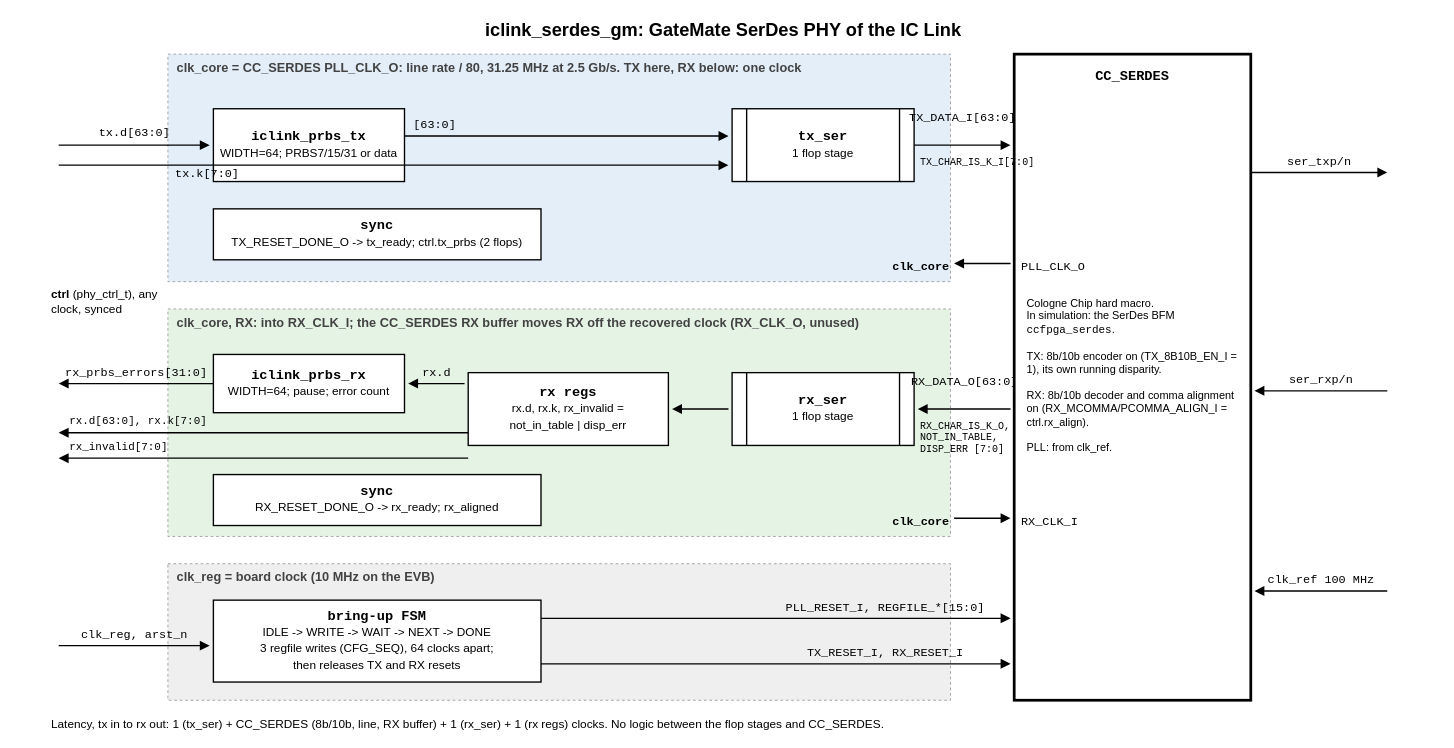
Earlier version of the draw.io diagram 7.SerDes/0.doc/iclink-phy-rtl.drawio (chili-chips-ba/openCologne). Source tidied: cells renumbered, new cells numbered last; positions are measured from the earlier drawing's top-left corner, leaving out a move shared by most shapes. Both pictures are drawn from the tidied source at 91%, with x=0, y=0 at pixel (15, 15).
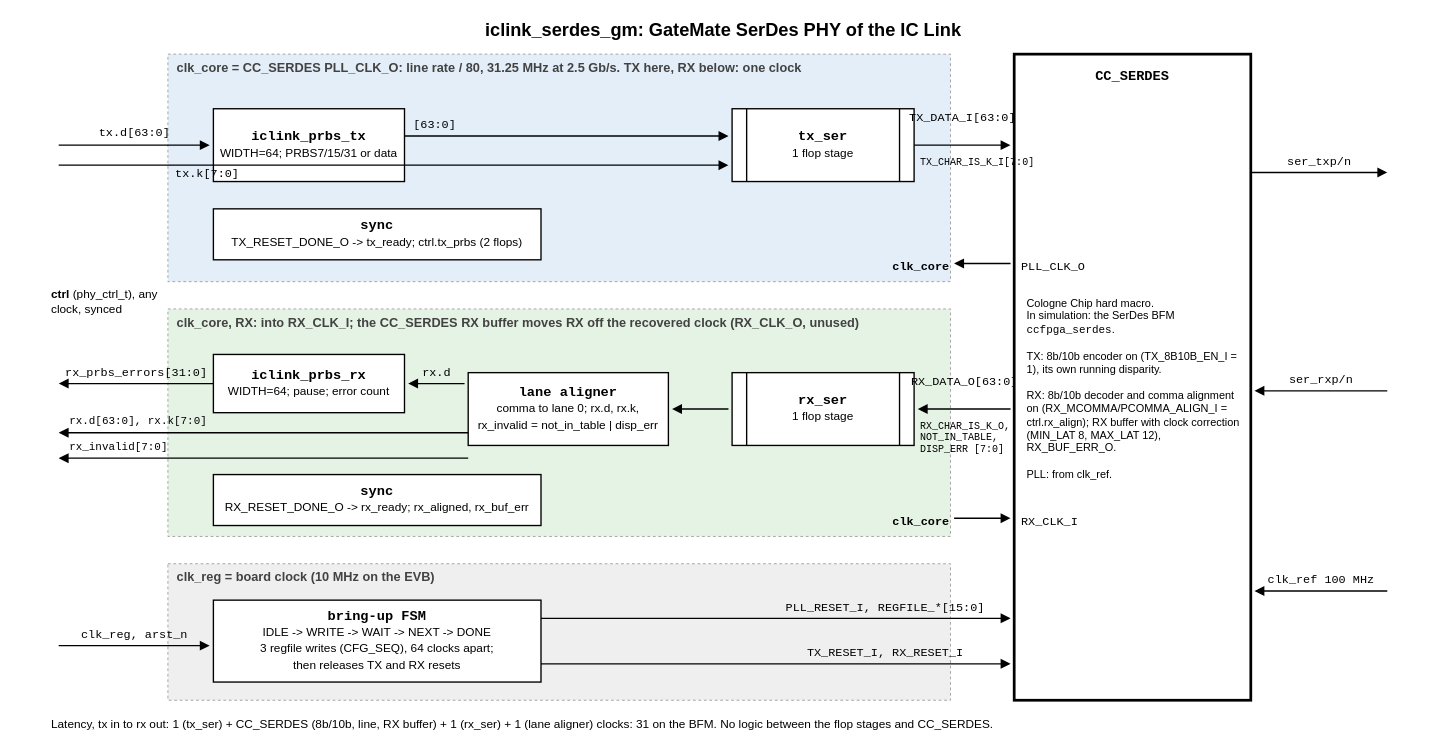
The same diagram, later.

What changed in the source:
```diff
@@
-    <mxCell id="19" value="&lt;b&gt;rx regs&lt;/b&gt;&lt;br&gt;&lt;span style='font-family:Helvetica;font-size:13px'&gt;rx.d, rx.k, rx_invalid =&lt;br&gt;not_in_table | disp_err&lt;/span&gt;" style="rounded=0;fillColor=#ffffff;strokeColor=#000000;strokeWidth=1.5;fontSize=15;fontColor=#000000;html=1;whiteSpace=wrap;fontFamily=Courier New;" parent="1" vertex="1">
+    <mxCell id="19" value="&lt;b&gt;lane aligner&lt;/b&gt;&lt;br&gt;&lt;span style='font-family:Helvetica;font-size:13px'&gt;comma to lane 0; rx.d, rx.k,&lt;br&gt;rx_invalid = not_in_table | disp_err&lt;/span&gt;" style="rounded=0;fillColor=#ffffff;strokeColor=#000000;strokeWidth=1.5;fontSize=15;fontColor=#000000;html=1;whiteSpace=wrap;fontFamily=Courier New;" parent="1" vertex="1">
       <mxGeometry x="497" y="392" width="220" height="80" as="geometry" />
     </mxCell>
@@
-    <mxCell id="30" value="&lt;b&gt;sync&lt;/b&gt;&lt;br&gt;&lt;span style='font-family:Helvetica;font-size:13px'&gt;RX_RESET_DONE_O -&gt; rx_ready; rx_aligned&lt;/span&gt;" style="rounded=0;fillColor=#ffffff;strokeColor=#000000;strokeWidth=1.5;fontSize=15;fontColor=#000000;html=1;whiteSpace=wrap;fontFamily=Courier New;" parent="1" vertex="1">
+    <mxCell id="30" value="&lt;b&gt;sync&lt;/b&gt;&lt;br&gt;&lt;span style='font-family:Helvetica;font-size:13px'&gt;RX_RESET_DONE_O -&gt; rx_ready; rx_aligned, rx_buf_err&lt;/span&gt;" style="rounded=0;fillColor=#ffffff;strokeColor=#000000;strokeWidth=1.5;fontSize=15;fontColor=#000000;html=1;whiteSpace=wrap;fontFamily=Courier New;" parent="1" vertex="1">
       <mxGeometry x="217" y="504" width="360" height="56" as="geometry" />
     </mxCell>
@@
-    <mxCell id="40" value="Cologne Chip hard macro.&lt;br&gt;In simulation: the SerDes BFM &lt;span style='font-family:Courier New'&gt;ccfpga_serdes&lt;/span&gt;.&lt;br&gt;&lt;br&gt;TX: 8b/10b encoder on (TX_8B10B_EN_I = 1), its own running disparity.&lt;br&gt;&lt;br&gt;RX: 8b/10b decoder and comma alignment on (RX_MCOMMA/PCOMMA_ALIGN_I = ctrl.rx_align).&lt;br&gt;&lt;br&gt;PLL: from clk_ref." style="text;html=1;align=left;verticalAlign=top;fontSize=12;fontColor=#000000;whiteSpace=wrap;fontFamily=Helvetica;" parent="1" vertex="1">
+    <mxCell id="40" value="Cologne Chip hard macro.&lt;br&gt;In simulation: the SerDes BFM &lt;span style='font-family:Courier New'&gt;ccfpga_serdes&lt;/span&gt;.&lt;br&gt;&lt;br&gt;TX: 8b/10b encoder on (TX_8B10B_EN_I = 1), its own running disparity.&lt;br&gt;&lt;br&gt;RX: 8b/10b decoder and comma alignment on (RX_MCOMMA/PCOMMA_ALIGN_I = ctrl.rx_align); RX buffer with clock correction (MIN_LAT 8, MAX_LAT 12), RX_BUF_ERR_O.&lt;br&gt;&lt;br&gt;PLL: from clk_ref." style="text;html=1;align=left;verticalAlign=top;fontSize=12;fontColor=#000000;whiteSpace=wrap;fontFamily=Helvetica;" parent="1" vertex="1">
       <mxGeometry x="1109" y="302" width="240" height="230" as="geometry" />
     </mxCell>
@@
-    <mxCell id="59" value="Latency, tx in to rx out: 1 (tx_ser) + CC_SERDES (8b/10b, line, RX buffer) + 1 (rx_ser) + 1 (rx regs) clocks. No logic between the flop stages and CC_SERDES." style="text;html=1;align=left;verticalAlign=top;fontSize=13;fontColor=#000000;whiteSpace=wrap;fontFamily=Helvetica;" parent="1" vertex="1">
+    <mxCell id="59" value="Latency, tx in to rx out: 1 (tx_ser) + CC_SERDES (8b/10b, line, RX buffer) + 1 (rx_ser) + 1 (lane aligner) clocks: 31 on the BFM. No logic between the flop stages and CC_SERDES." style="text;html=1;align=left;verticalAlign=top;fontSize=13;fontColor=#000000;whiteSpace=wrap;fontFamily=Helvetica;" parent="1" vertex="1">
       <mxGeometry x="37" y="764" width="1480" height="24" as="geometry" />
     </mxCell>
```
